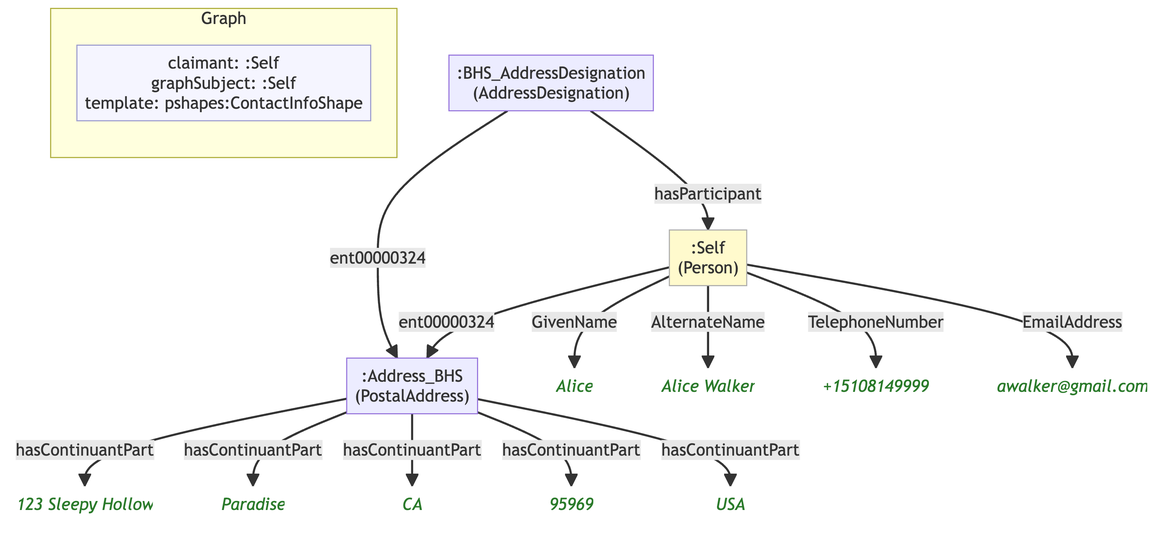
Earlier version of the Mermaid export example/graphs/images/graph-14.png (MeeFoundation/mia-ontologies). Its source is kept beside it as example/graphs/images/graph-14.mmd.
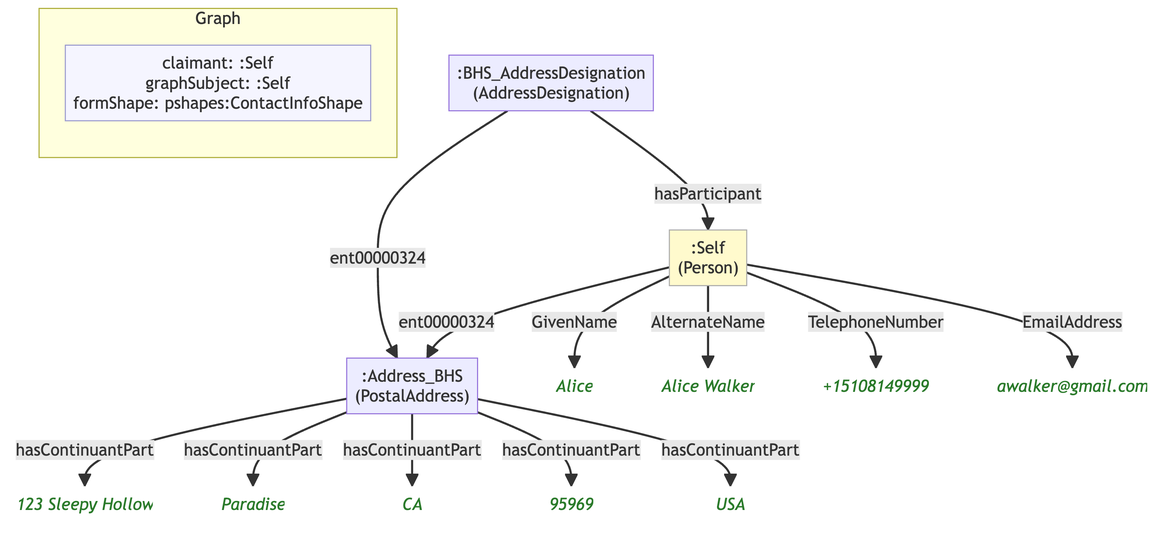
Later version of the same file.

The edit, as a diff of the source:
```diff
@@ -7,31 +7,31 @@
 
     subgraph ctx["Graph"]
         direction LR
-        ctx_meta["claimant: :Self\ngraphSubject: :Self\ntemplate: pshapes:ContactInfoShape"]:::meta
+        ctx_meta["claimant: :Self\ngraphSubject: :Self\nformShape: pshapes:ContactInfoShape"]:::meta
     end
 
-    nbb363374209c[":Address_BHS\n(PostalAddress)"]
-    n797519d6af4c("123 Sleepy Hollow"):::lit
-    n42780c030b93("Paradise"):::lit
-    nb017d56f5e9e("CA"):::lit
-    n537d85b1329a("95969"):::lit
-    nf234eaaf8331("USA"):::lit
-    n166799fc4707[":BHS_AddressDesignation\n(AddressDesignation)"]
-    ne0c3ba92f1db[":Self\n(Person)"]:::person
-    n84b99b4e3133("Alice"):::lit
-    n0cf7cb453856("Alice Walker"):::lit
-    n5436849d9a59("+15108149999"):::lit
-    n4e253b1f4cb2("awalker@gmail.com"):::lit
+    n83041f53e81b[":Address_BHS\n(PostalAddress)"]
+    na1a76389e966("123 Sleepy Hollow"):::lit
+    n9ca94ce367ba("Paradise"):::lit
+    n781f84ac8062("CA"):::lit
+    na612b9c90df6("95969"):::lit
+    nc241f2f71c1a("USA"):::lit
+    n671ed2c2e917[":BHS_AddressDesignation\n(AddressDesignation)"]
+    n655e442e50be[":Self\n(Person)"]:::person
+    n2a975eec473e("Alice"):::lit
+    n2d9ece1c42aa("Alice Walker"):::lit
+    n1a8d2c9bc53d("+15108149999"):::lit
+    nce11b900f654("awalker@gmail.com"):::lit
 
-    nbb363374209c -->|"hasContinuantPart"| n797519d6af4c
-    nbb363374209c -->|"hasContinuantPart"| n42780c030b93
-    nbb363374209c -->|"hasContinuantPart"| nb017d56f5e9e
-    nbb363374209c -->|"hasContinuantPart"| n537d85b1329a
-    nbb363374209c -->|"hasContinuantPart"| nf234eaaf8331
-    n166799fc4707 -->|"hasParticipant"| ne0c3ba92f1db
-    n166799fc4707 -->|"ent00000324"| nbb363374209c
-    ne0c3ba92f1db -->|"GivenName"| n84b99b4e3133
-    ne0c3ba92f1db -->|"AlternateName"| n0cf7cb453856
-    ne0c3ba92f1db -->|"TelephoneNumber"| n5436849d9a59
-    ne0c3ba92f1db -->|"EmailAddress"| n4e253b1f4cb2
-    ne0c3ba92f1db -->|"ent00000324"| nbb363374209c
+    n83041f53e81b -->|"hasContinuantPart"| na1a76389e966
+    n83041f53e81b -->|"hasContinuantPart"| n9ca94ce367ba
+    n83041f53e81b -->|"hasContinuantPart"| n781f84ac8062
+    n83041f53e81b -->|"hasContinuantPart"| na612b9c90df6
+    n83041f53e81b -->|"hasContinuantPart"| nc241f2f71c1a
+    n671ed2c2e917 -->|"hasParticipant"| n655e442e50be
+    n671ed2c2e917 -->|"ent00000324"| n83041f53e81b
+    n655e442e50be -->|"GivenName"| n2a975eec473e
+    n655e442e50be -->|"AlternateName"| n2d9ece1c42aa
+    n655e442e50be -->|"TelephoneNumber"| n1a8d2c9bc53d
+    n655e442e50be -->|"EmailAddress"| nce11b900f654
+    n655e442e50be -->|"ent00000324"| n83041f53e81b
```
